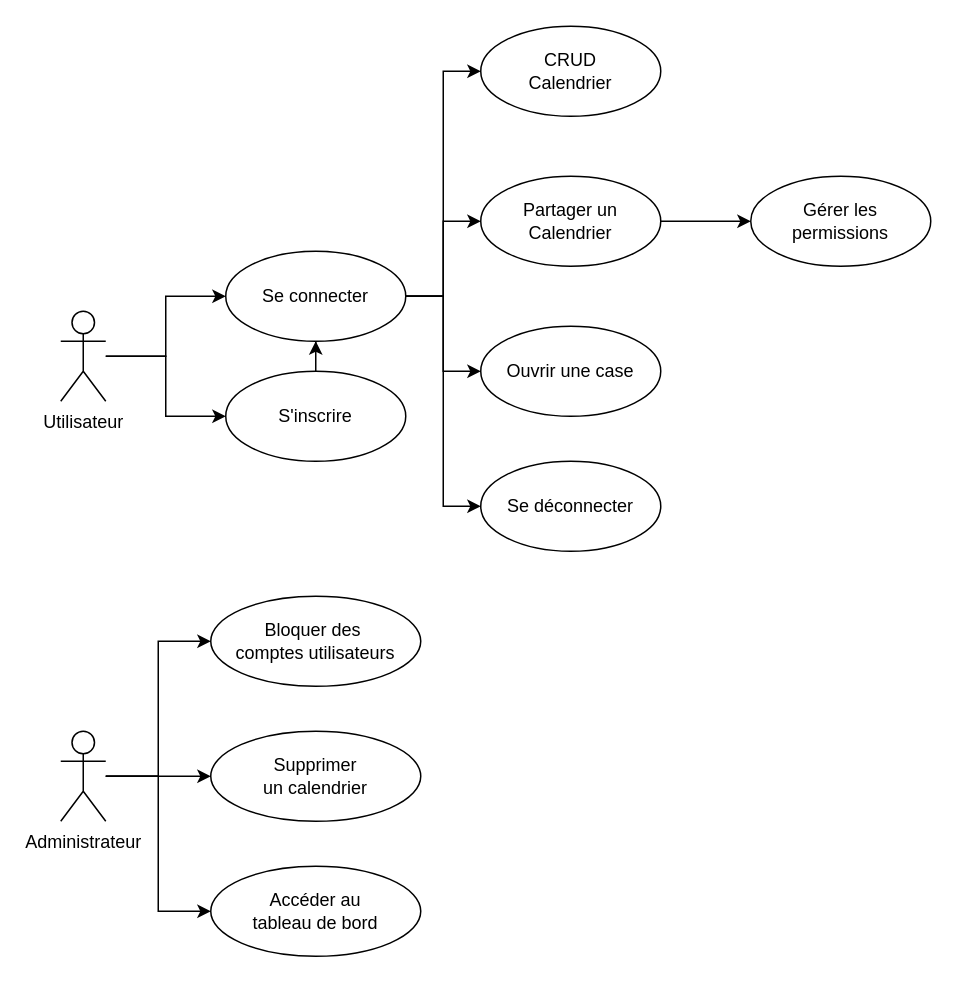
The draw.io diagram diagrammes/cas-d-utilisation.drawio in Thifanie/calendrier-avent, before the edit. Source tidied: cells renumbered, new cells numbered last; positions are measured from the earlier drawing's top-left corner, leaving out a move shared by most shapes. Both pictures are drawn from the tidied source at 150%, with x=0, y=0 at pixel (60, 26).
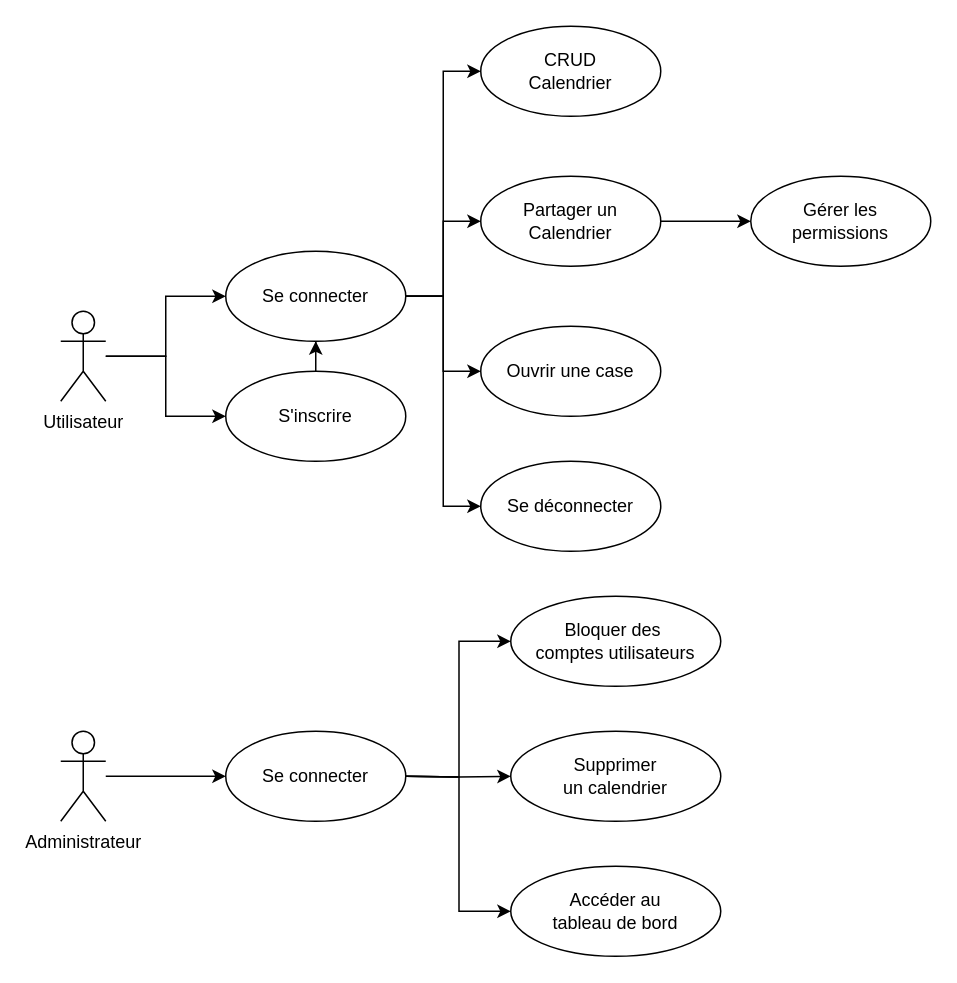
After the change.

Unchanged cells that the change refers to:
```xml
<mxCell id="20" value="Administrateur" style="shape=umlActor;verticalLabelPosition=bottom;verticalAlign=top;html=1;" parent="1" vertex="1">
  <mxGeometry y="470" width="30" height="60" as="geometry" />
</mxCell>
```

What changed in the source:
```diff
@@
-    <mxCell id="17" style="edgeStyle=orthogonalEdgeStyle;rounded=0;jettySize=auto;html=1;entryX=0;entryY=0.5;entryDx=0;entryDy=0;" parent="1" edge="1" source="20" target="21">
-      <mxGeometry relative="1" as="geometry" />
+    <mxCell id="17" style="edgeStyle=orthogonalEdgeStyle;rounded=0;jettySize=auto;html=1;entryX=0;entryY=0.5;entryDx=0;entryDy=0;" parent="1" edge="1" target="21">
+      <mxGeometry relative="1" as="geometry">
+        <mxPoint x="230" y="500" as="sourcePoint" />
+      </mxGeometry>
     </mxCell>
-    <mxCell id="18" style="edgeStyle=orthogonalEdgeStyle;rounded=0;jettySize=auto;html=1;entryX=0;entryY=0.5;entryDx=0;entryDy=0;" parent="1" edge="1" source="20" target="22">
-      <mxGeometry relative="1" as="geometry" />
+    <mxCell id="18" style="edgeStyle=orthogonalEdgeStyle;rounded=0;jettySize=auto;html=1;entryX=0;entryY=0.5;entryDx=0;entryDy=0;" parent="1" edge="1" target="22">
+      <mxGeometry relative="1" as="geometry">
+        <mxPoint x="230" y="500" as="sourcePoint" />
+      </mxGeometry>
     </mxCell>
-    <mxCell id="19" style="edgeStyle=orthogonalEdgeStyle;rounded=0;jettySize=auto;html=1;entryX=0;entryY=0.5;entryDx=0;entryDy=0;" parent="1" edge="1" source="20" target="24">
-      <mxGeometry relative="1" as="geometry" />
+    <mxCell id="19" style="edgeStyle=orthogonalEdgeStyle;rounded=0;jettySize=auto;html=1;entryX=0;entryY=0.5;entryDx=0;entryDy=0;" parent="1" edge="1" target="24">
+      <mxGeometry relative="1" as="geometry">
+        <mxPoint x="230" y="500" as="sourcePoint" />
+      </mxGeometry>
     </mxCell>
+    <mxCell id="25" style="edgeStyle=orthogonalEdgeStyle;rounded=0;jettySize=auto;html=1;entryX=0;entryY=0.5;entryDx=0;entryDy=0;" parent="1" edge="1" source="20" target="26">
+      <mxGeometry relative="1" as="geometry" />
+    </mxCell>
@@
     <mxCell id="21" value="Bloquer des&amp;nbsp;&lt;div&gt;comptes utilisateurs&lt;/div&gt;" style="ellipse;whiteSpace=wrap;html=1;" parent="1" vertex="1">
-      <mxGeometry x="100" y="380" width="140" height="60" as="geometry" />
+      <mxGeometry x="300" y="380" width="140" height="60" as="geometry" />
     </mxCell>
     <mxCell id="22" value="Supprimer&lt;div&gt;un calendrier&lt;/div&gt;" style="ellipse;whiteSpace=wrap;html=1;" parent="1" vertex="1">
-      <mxGeometry x="100" y="470" width="140" height="60" as="geometry" />
+      <mxGeometry x="300" y="470" width="140" height="60" as="geometry" />
     </mxCell>
@@
     <mxCell id="24" value="Accéder au&lt;div&gt;tableau de bord&lt;/div&gt;" style="ellipse;whiteSpace=wrap;html=1;" parent="1" vertex="1">
-      <mxGeometry x="100" y="560" width="140" height="60" as="geometry" />
+      <mxGeometry x="300" y="560" width="140" height="60" as="geometry" />
     </mxCell>
+    <mxCell id="26" value="Se connecter" style="ellipse;whiteSpace=wrap;html=1;" parent="1" vertex="1">
+      <mxGeometry x="110" y="470" width="120" height="60" as="geometry" />
+    </mxCell>
```
